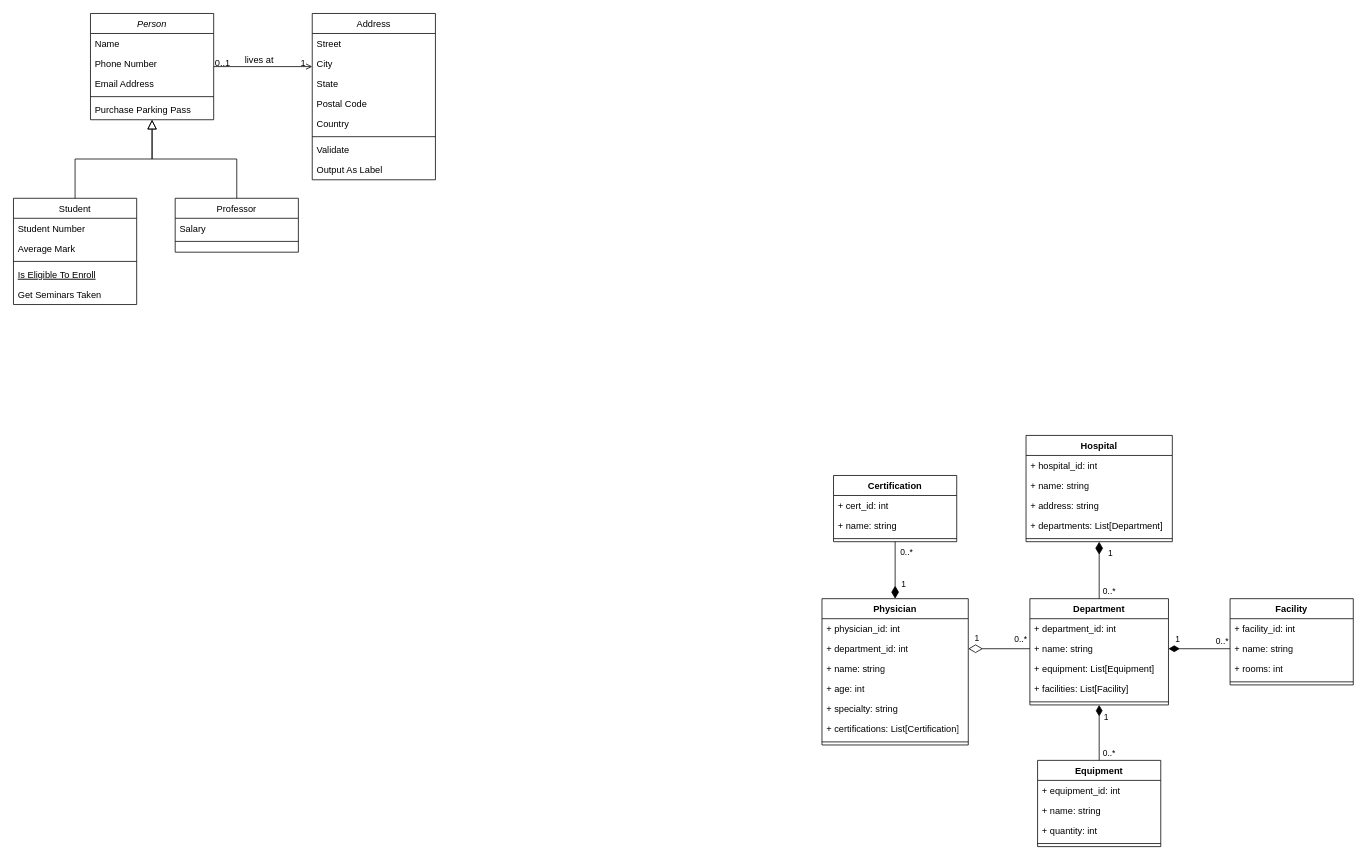
This is uml/class-diagram-source.drawio from tmneth/nosql-mongo, a draw.io file, before an edit. Source tidied: cells renumbered, new cells numbered last; positions are measured from the earlier drawing's top-left corner, leaving out a move shared by most shapes. Both pictures are drawn from the tidied source at 77%, with x=0, y=0 at pixel (13, 13).
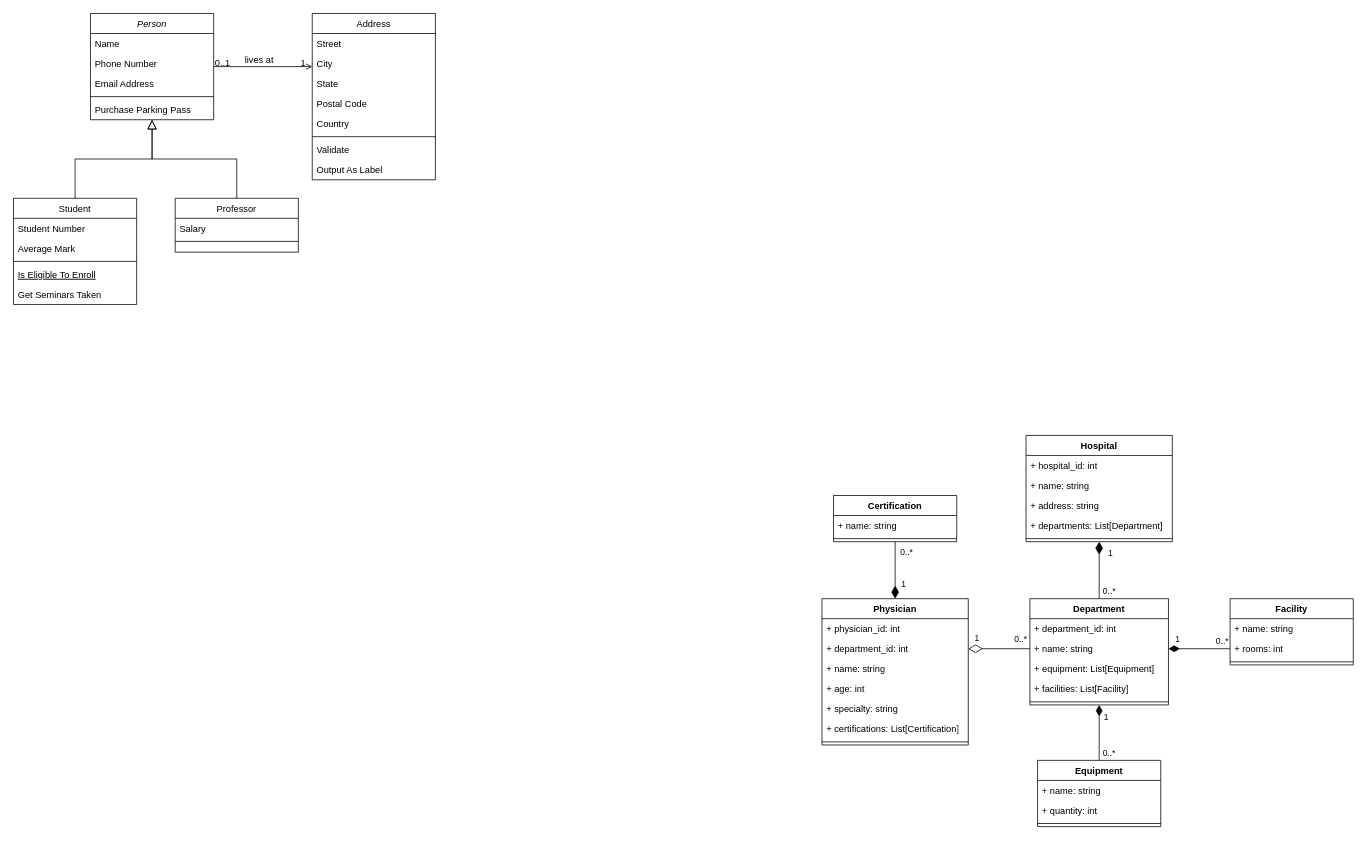
The same page after the edit.

Commit message (it also covers changes not shown here):
Update UML diagram, remove unused IDs

The edit, as a diff of the source:
```diff
@@
     <mxCell id="44" value="Equipment" style="swimlane;fontStyle=1;align=center;verticalAlign=top;horizontal=1;startSize=26;whiteSpace=wrap;html=1;" parent="1" vertex="1">
-      <mxGeometry x="1330" y="970" width="160" height="112" as="geometry" />
+      <mxGeometry x="1330" y="970" width="160" height="86" as="geometry" />
     </mxCell>
-    <mxCell id="45" value="&lt;div&gt;+ equipment_id: int&lt;/div&gt;&lt;div&gt;&lt;br&gt;&lt;/div&gt;" style="text;strokeColor=none;fillColor=none;align=left;verticalAlign=top;spacingLeft=4;spacingRight=4;overflow=hidden;whiteSpace=wrap;html=1;" parent="44" vertex="1">
-      <mxGeometry y="26" width="160" height="26" as="geometry" />
-    </mxCell>
     <mxCell id="46" value="&lt;div&gt;+ name: string&lt;br&gt;&lt;/div&gt;&lt;div&gt;&lt;br&gt;&lt;/div&gt;" style="text;strokeColor=none;fillColor=none;align=left;verticalAlign=top;spacingLeft=4;spacingRight=4;overflow=hidden;whiteSpace=wrap;html=1;" parent="44" vertex="1">
-      <mxGeometry y="52" width="160" height="26" as="geometry" />
+      <mxGeometry y="26" width="160" height="26" as="geometry" />
     </mxCell>
     <mxCell id="47" value="&lt;div&gt;+ quantity: int&lt;br&gt;&lt;/div&gt;&lt;div&gt;&lt;br&gt;&lt;/div&gt;" style="text;strokeColor=none;fillColor=none;align=left;verticalAlign=top;spacingLeft=4;spacingRight=4;overflow=hidden;whiteSpace=wrap;html=1;" parent="44" vertex="1">
-      <mxGeometry y="78" width="160" height="26" as="geometry" />
+      <mxGeometry y="52" width="160" height="26" as="geometry" />
     </mxCell>
     <mxCell id="48" style="line;strokeWidth=1;fillColor=none;align=left;verticalAlign=middle;spacingTop=-1;spacingLeft=3;spacingRight=3;labelPosition=right;strokeColor=inherit;" parent="44" vertex="1">
-      <mxGeometry y="104" width="160" height="8" as="geometry" />
+      <mxGeometry y="78" width="160" height="8" as="geometry" />
     </mxCell>
     <mxCell id="49" value="Certification" style="swimlane;fontStyle=1;align=center;verticalAlign=top;horizontal=1;startSize=26;whiteSpace=wrap;html=1;" parent="1" vertex="1">
-      <mxGeometry x="1065" y="600" width="160" height="86" as="geometry" />
+      <mxGeometry x="1065" y="626" width="160" height="60" as="geometry" />
     </mxCell>
-    <mxCell id="50" value="+ cert_id: int" style="text;strokeColor=none;fillColor=none;align=left;verticalAlign=top;spacingLeft=4;spacingRight=4;overflow=hidden;whiteSpace=wrap;html=1;" parent="49" vertex="1">
-      <mxGeometry y="26" width="160" height="26" as="geometry" />
-    </mxCell>
     <mxCell id="51" value="+ name: string " style="text;strokeColor=none;fillColor=none;align=left;verticalAlign=top;spacingLeft=4;spacingRight=4;overflow=hidden;whiteSpace=wrap;html=1;" parent="49" vertex="1">
-      <mxGeometry y="52" width="160" height="26" as="geometry" />
+      <mxGeometry y="26" width="160" height="26" as="geometry" />
     </mxCell>
     <mxCell id="52" style="line;strokeWidth=1;fillColor=none;align=left;verticalAlign=middle;spacingTop=-1;spacingLeft=3;spacingRight=3;labelPosition=right;strokeColor=inherit;" parent="49" vertex="1">
-      <mxGeometry y="78" width="160" height="8" as="geometry" />
+      <mxGeometry y="52" width="160" height="8" as="geometry" />
     </mxCell>
     <mxCell id="53" value="Facility" style="swimlane;fontStyle=1;align=center;verticalAlign=top;horizontal=1;startSize=26;whiteSpace=wrap;html=1;" parent="1" vertex="1">
-      <mxGeometry x="1580" y="760" width="160" height="112" as="geometry" />
+      <mxGeometry x="1580" y="760" width="160" height="86" as="geometry" />
     </mxCell>
-    <mxCell id="54" value="&lt;div&gt;+ facility_id: int&lt;/div&gt;&lt;div&gt;&lt;br&gt;&lt;/div&gt;" style="text;strokeColor=none;fillColor=none;align=left;verticalAlign=top;spacingLeft=4;spacingRight=4;overflow=hidden;whiteSpace=wrap;html=1;" parent="53" vertex="1">
-      <mxGeometry y="26" width="160" height="26" as="geometry" />
-    </mxCell>
     <mxCell id="55" value="&lt;div&gt;+ name: string&lt;br&gt;&lt;/div&gt;&lt;div&gt;&lt;br&gt;&lt;/div&gt;" style="text;strokeColor=none;fillColor=none;align=left;verticalAlign=top;spacingLeft=4;spacingRight=4;overflow=hidden;whiteSpace=wrap;html=1;" parent="53" vertex="1">
-      <mxGeometry y="52" width="160" height="26" as="geometry" />
+      <mxGeometry y="26" width="160" height="26" as="geometry" />
     </mxCell>
     <mxCell id="56" value="&lt;div&gt;+ rooms: int&lt;br&gt;&lt;/div&gt;&lt;div&gt;&lt;br&gt;&lt;/div&gt;" style="text;strokeColor=none;fillColor=none;align=left;verticalAlign=top;spacingLeft=4;spacingRight=4;overflow=hidden;whiteSpace=wrap;html=1;" parent="53" vertex="1">
-      <mxGeometry y="78" width="160" height="26" as="geometry" />
+      <mxGeometry y="52" width="160" height="26" as="geometry" />
     </mxCell>
     <mxCell id="57" style="line;strokeWidth=1;fillColor=none;align=left;verticalAlign=middle;spacingTop=-1;spacingLeft=3;spacingRight=3;labelPosition=right;strokeColor=inherit;" parent="53" vertex="1">
-      <mxGeometry y="104" width="160" height="8" as="geometry" />
+      <mxGeometry y="78" width="160" height="8" as="geometry" />
     </mxCell>
```
